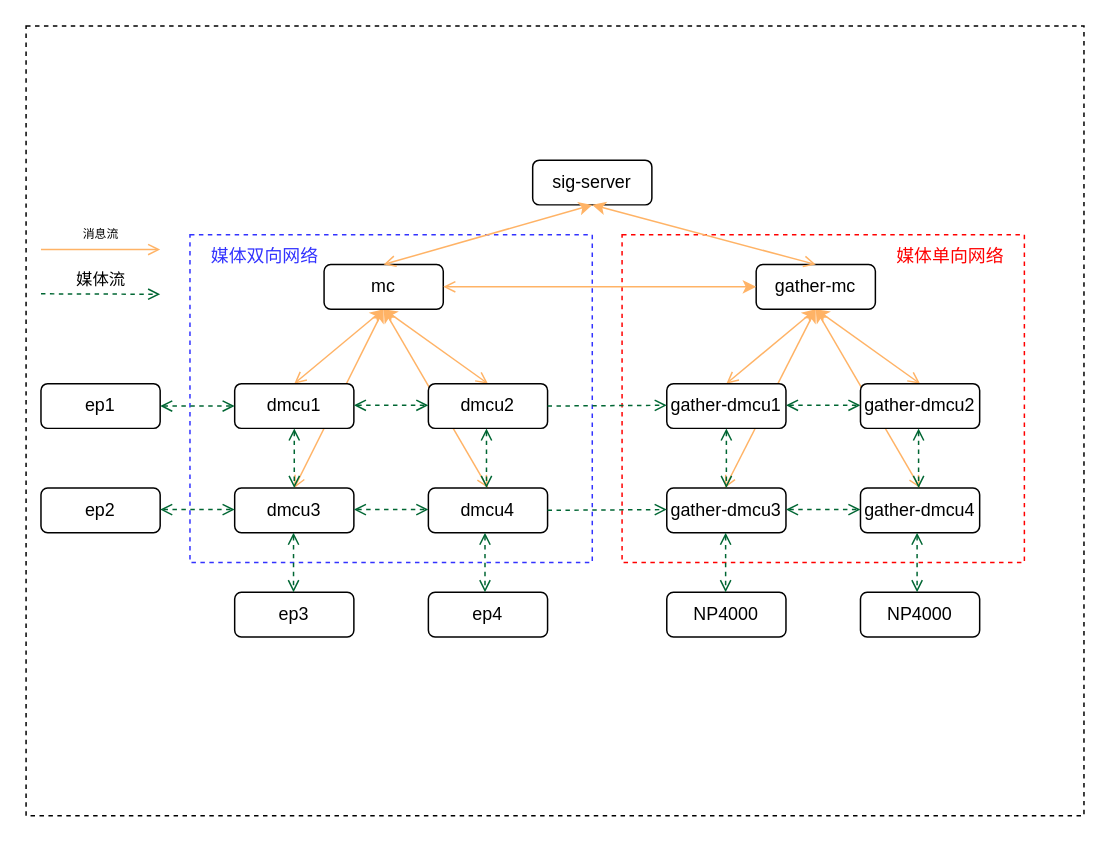
Earlier version of the draw.io diagram Untitled Diagram.drawio (Liaozengxiang/test). Source tidied: cells renumbered, new cells numbered last; positions are measured from the earlier drawing's top-left corner, leaving out a move shared by most shapes. Both pictures are drawn from the tidied source at 149%, with x=0, y=0 at pixel (25, 25).
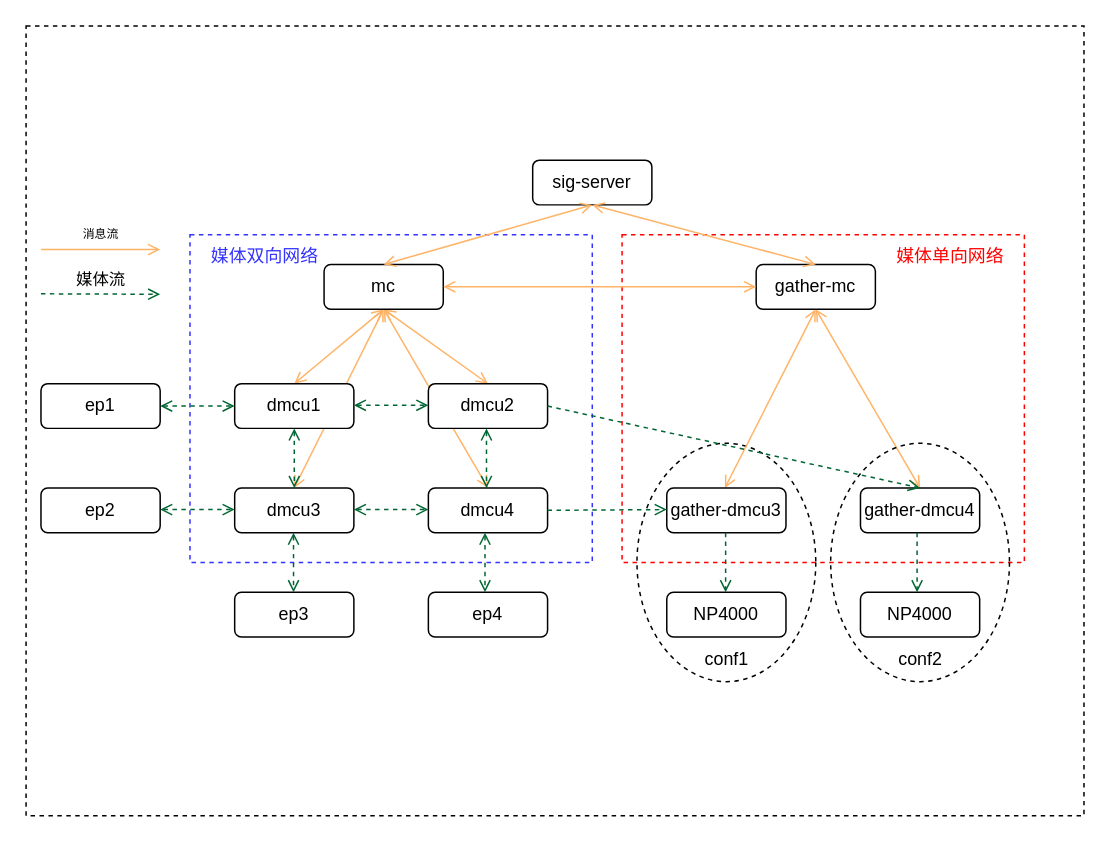
The same diagram, later.

The change refers to these unchanged cells:
```xml
<mxCell id="14" value="mc" style="rounded=1;whiteSpace=wrap;html=1;" parent="1" vertex="1">
  <mxGeometry x="200" y="160" width="80" height="30" as="geometry" />
</mxCell>
<mxCell id="16" value="dmcu2" style="rounded=1;whiteSpace=wrap;html=1;" parent="1" vertex="1">
  <mxGeometry x="270" y="240" width="80" height="30" as="geometry" />
</mxCell>
<mxCell id="31" value="gather-mc" style="rounded=1;whiteSpace=wrap;html=1;" parent="1" vertex="1">
  <mxGeometry x="490" y="160" width="80" height="30" as="geometry" />
</mxCell>
<mxCell id="34" value="gather-dmcu3" style="rounded=1;whiteSpace=wrap;html=1;" parent="1" vertex="1">
  <mxGeometry x="430" y="310" width="80" height="30" as="geometry" />
</mxCell>
<mxCell id="35" value="gather-dmcu4" style="rounded=1;whiteSpace=wrap;html=1;" parent="1" vertex="1">
  <mxGeometry x="560" y="310" width="80" height="30" as="geometry" />
</mxCell>
```

The edit, as a diff of the source:
```diff
@@
-    <mxCell id="4" style="endArrow=classic;html=1;rounded=0;strokeColor=#FFB366;startArrow=open;startFill=0;exitX=0.5;exitY=0;exitDx=0;exitDy=0;" parent="1" edge="1" source="32">
-      <mxGeometry relative="1" as="geometry">
-        <mxPoint x="530" y="190" as="targetPoint" />
-      </mxGeometry>
-    </mxCell>
+    <mxCell id="53" style="ellipse;whiteSpace=wrap;html=1;fillColor=none;dashed=1;" parent="1" vertex="1">
+      <mxGeometry x="410" y="280" width="120" height="160" as="geometry" />
+    </mxCell>
-    <mxCell id="5" style="endArrow=classic;html=1;rounded=0;strokeColor=#FFB366;startArrow=open;startFill=0;entryX=0.5;entryY=1;entryDx=0;entryDy=0;" parent="1" edge="1" target="31">
+    <mxCell id="5" style="endArrow=open;html=1;rounded=0;strokeColor=#FFB366;startArrow=open;startFill=0;entryX=0.5;entryY=1;entryDx=0;entryDy=0;endFill=0;" parent="1" edge="1" target="31">
       <mxGeometry relative="1" as="geometry">
         <mxPoint x="600" y="310" as="sourcePoint" />
       </mxGeometry>
     </mxCell>
-    <mxCell id="6" style="endArrow=classic;html=1;rounded=0;strokeColor=#FFB366;startArrow=open;startFill=0;entryX=0.5;entryY=1;entryDx=0;entryDy=0;" parent="1" edge="1" target="31">
-      <mxGeometry relative="1" as="geometry">
-        <mxPoint x="600" y="240" as="sourcePoint" />
-      </mxGeometry>
-    </mxCell>
-    <mxCell id="7" style="endArrow=classic;html=1;rounded=0;strokeColor=#FFB366;startArrow=open;startFill=0;" parent="1" edge="1">
+    <mxCell id="7" style="endArrow=open;html=1;rounded=0;strokeColor=#FFB366;startArrow=open;startFill=0;endFill=0;" parent="1" edge="1">
       <mxGeometry relative="1" as="geometry">
         <mxPoint x="469" y="310" as="sourcePoint" />
         <mxPoint x="530" y="190" as="targetPoint" />
       </mxGeometry>
     </mxCell>
@@
-    <mxCell id="9" style="endArrow=classic;html=1;rounded=0;strokeColor=#FFB366;startArrow=open;startFill=0;" parent="1" edge="1">
+    <mxCell id="9" style="endArrow=open;html=1;rounded=0;strokeColor=#FFB366;startArrow=open;startFill=0;endFill=0;" parent="1" edge="1">
       <mxGeometry relative="1" as="geometry">
         <mxPoint x="180" y="240" as="sourcePoint" />
         <mxPoint x="240" y="190" as="targetPoint" />
       </mxGeometry>
     </mxCell>
-    <mxCell id="10" style="endArrow=classic;html=1;rounded=0;strokeColor=#FFB366;startArrow=open;startFill=0;" parent="1" edge="1">
+    <mxCell id="10" style="endArrow=open;html=1;rounded=0;strokeColor=#FFB366;startArrow=open;startFill=0;endFill=0;" parent="1" edge="1">
       <mxGeometry relative="1" as="geometry">
         <mxPoint x="180" y="310" as="sourcePoint" />
         <mxPoint x="240" y="190" as="targetPoint" />
       </mxGeometry>
     </mxCell>
-    <mxCell id="11" style="endArrow=classic;html=1;rounded=0;strokeColor=#FFB366;startArrow=open;startFill=0;entryX=0.5;entryY=1;entryDx=0;entryDy=0;" parent="1" edge="1" target="14">
+    <mxCell id="11" style="endArrow=open;html=1;rounded=0;strokeColor=#FFB366;startArrow=open;startFill=0;entryX=0.5;entryY=1;entryDx=0;entryDy=0;endFill=0;" parent="1" edge="1" target="14">
       <mxGeometry relative="1" as="geometry">
         <mxPoint x="310" y="310" as="sourcePoint" />
       </mxGeometry>
     </mxCell>
-    <mxCell id="12" style="endArrow=classic;html=1;rounded=0;strokeColor=#FFB366;startArrow=open;startFill=0;exitX=0.5;exitY=0;exitDx=0;exitDy=0;entryX=0.5;entryY=1;entryDx=0;entryDy=0;" parent="1" edge="1" source="16" target="14">
+    <mxCell id="12" style="endArrow=open;html=1;rounded=0;strokeColor=#FFB366;startArrow=open;startFill=0;exitX=0.5;exitY=0;exitDx=0;exitDy=0;entryX=0.5;entryY=1;entryDx=0;entryDy=0;endFill=0;" parent="1" edge="1" source="16" target="14">
       <mxGeometry relative="1" as="geometry" />
     </mxCell>
@@
-    <mxCell id="32" value="gather-dmcu1" style="rounded=1;whiteSpace=wrap;html=1;" parent="1" vertex="1">
-      <mxGeometry x="430" y="240" width="80" height="30" as="geometry" />
-    </mxCell>
-    <mxCell id="33" value="gather-dmcu2" style="rounded=1;whiteSpace=wrap;html=1;" parent="1" vertex="1">
-      <mxGeometry x="560" y="240" width="80" height="30" as="geometry" />
-    </mxCell>
@@
-    <mxCell id="38" style="endArrow=open;startArrow=open;html=1;exitX=1;exitY=0.5;exitDx=0;exitDy=0;entryX=0;entryY=0.5;entryDx=0;entryDy=0;entryPerimeter=0;rounded=0;endFill=0;startFill=0;dashed=1;strokeColor=#006633;" parent="1" edge="1">
-      <mxGeometry relative="1" as="geometry">
-        <mxPoint x="510" y="254.5" as="sourcePoint" />
-        <mxPoint x="560" y="254.5" as="targetPoint" />
-      </mxGeometry>
-    </mxCell>
-    <mxCell id="39" style="endArrow=open;startArrow=open;html=1;exitX=1;exitY=0.5;exitDx=0;exitDy=0;entryX=0;entryY=0.5;entryDx=0;entryDy=0;entryPerimeter=0;rounded=0;endFill=0;startFill=0;dashed=1;strokeColor=#006633;" parent="1" edge="1">
-      <mxGeometry relative="1" as="geometry">
-        <mxPoint x="510" y="324.5" as="sourcePoint" />
-        <mxPoint x="560" y="324.5" as="targetPoint" />
-      </mxGeometry>
-    </mxCell>
-    <mxCell id="40" style="endArrow=open;startArrow=open;html=1;entryX=0.5;entryY=0;entryDx=0;entryDy=0;rounded=0;endFill=0;startFill=0;dashed=1;strokeColor=#006633;exitX=0.5;exitY=1;exitDx=0;exitDy=0;" parent="1" edge="1" source="32" target="34">
-      <mxGeometry relative="1" as="geometry" />
-    </mxCell>
-    <mxCell id="41" style="endArrow=open;startArrow=open;html=1;entryX=0.5;entryY=0;entryDx=0;entryDy=0;rounded=0;endFill=0;startFill=0;dashed=1;strokeColor=#006633;exitX=0.5;exitY=1;exitDx=0;exitDy=0;" parent="1" edge="1">
-      <mxGeometry relative="1" as="geometry">
-        <mxPoint x="599" y="270" as="sourcePoint" />
-        <mxPoint x="599" y="310" as="targetPoint" />
-      </mxGeometry>
-    </mxCell>
-    <mxCell id="42" style="endArrow=open;startArrow=open;html=1;entryX=0.5;entryY=0;entryDx=0;entryDy=0;rounded=0;endFill=0;startFill=0;dashed=1;strokeColor=#006633;exitX=0.5;exitY=1;exitDx=0;exitDy=0;" parent="1" edge="1">
+    <mxCell id="42" style="endArrow=open;startArrow=none;html=1;entryX=0.5;entryY=0;entryDx=0;entryDy=0;rounded=0;endFill=0;startFill=0;dashed=1;strokeColor=#006633;exitX=0.5;exitY=1;exitDx=0;exitDy=0;" parent="1" edge="1">
       <mxGeometry relative="1" as="geometry">
         <mxPoint x="469.5" y="340" as="sourcePoint" />
         <mxPoint x="469.5" y="380" as="targetPoint" />
       </mxGeometry>
     </mxCell>
-    <mxCell id="43" style="endArrow=open;startArrow=open;html=1;entryX=0.5;entryY=0;entryDx=0;entryDy=0;rounded=0;endFill=0;startFill=0;dashed=1;strokeColor=#006633;exitX=0.5;exitY=1;exitDx=0;exitDy=0;" parent="1" edge="1">
+    <mxCell id="43" style="endArrow=open;startArrow=none;html=1;entryX=0.5;entryY=0;entryDx=0;entryDy=0;rounded=0;endFill=0;startFill=0;dashed=1;strokeColor=#006633;exitX=0.5;exitY=1;exitDx=0;exitDy=0;" parent="1" edge="1">
       <mxGeometry relative="1" as="geometry">
         <mxPoint x="598" y="340" as="sourcePoint" />
         <mxPoint x="598" y="380" as="targetPoint" />
       </mxGeometry>
     </mxCell>
-    <mxCell id="44" style="endArrow=classic;html=1;rounded=0;strokeColor=#FFB366;startArrow=open;startFill=0;exitX=0.5;exitY=0;exitDx=0;exitDy=0;" parent="1" edge="1" source="14">
+    <mxCell id="44" style="endArrow=open;html=1;rounded=0;strokeColor=#FFB366;startArrow=open;startFill=0;exitX=0.5;exitY=0;exitDx=0;exitDy=0;endFill=0;" parent="1" edge="1" source="14">
       <mxGeometry relative="1" as="geometry">
         <mxPoint x="380" y="120" as="targetPoint" />
       </mxGeometry>
     </mxCell>
-    <mxCell id="45" style="endArrow=classic;html=1;rounded=0;strokeColor=#FFB366;startArrow=open;startFill=0;exitX=0.5;exitY=0;exitDx=0;exitDy=0;" parent="1" edge="1" source="31">
+    <mxCell id="45" style="endArrow=open;html=1;rounded=0;strokeColor=#FFB366;startArrow=open;startFill=0;exitX=0.5;exitY=0;exitDx=0;exitDy=0;endFill=0;" parent="1" edge="1" source="31">
       <mxGeometry relative="1" as="geometry">
         <mxPoint x="380" y="120" as="targetPoint" />
       </mxGeometry>
     </mxCell>
-    <mxCell id="46" style="endArrow=classic;html=1;rounded=0;strokeColor=#FFB366;startArrow=open;startFill=0;entryX=0;entryY=0.5;entryDx=0;entryDy=0;exitX=1;exitY=0.5;exitDx=0;exitDy=0;" parent="1" edge="1" source="14" target="31">
+    <mxCell id="46" style="endArrow=open;html=1;rounded=0;strokeColor=#FFB366;startArrow=open;startFill=0;entryX=0;entryY=0.5;entryDx=0;entryDy=0;exitX=1;exitY=0.5;exitDx=0;exitDy=0;endFill=0;" parent="1" edge="1" source="14" target="31">
       <mxGeometry relative="1" as="geometry" />
     </mxCell>
-    <mxCell id="47" style="endArrow=open;startArrow=none;html=1;exitX=1;exitY=0.5;exitDx=0;exitDy=0;entryX=0;entryY=0.5;entryDx=0;entryDy=0;entryPerimeter=0;rounded=0;endFill=0;startFill=0;dashed=1;strokeColor=#006633;" parent="1" edge="1" source="16">
-      <mxGeometry relative="1" as="geometry">
-        <mxPoint x="430" y="254.5" as="targetPoint" />
-      </mxGeometry>
+    <mxCell id="47" style="endArrow=open;startArrow=none;html=1;exitX=1;exitY=0.5;exitDx=0;exitDy=0;entryX=0.5;entryY=0;entryDx=0;entryDy=0;rounded=0;endFill=0;startFill=0;dashed=1;strokeColor=#006633;" parent="1" edge="1" source="16" target="35">
+      <mxGeometry relative="1" as="geometry" />
     </mxCell>
@@
+    <mxCell id="54" value="conf1" style="text;html=1;align=center;verticalAlign=middle;fillColor=none;strokeColor=none;rounded=0;dashed=1;" parent="1" vertex="1">
+      <mxGeometry x="445" y="410" width="50" height="30" as="geometry" />
+    </mxCell>
+    <mxCell id="55" style="ellipse;whiteSpace=wrap;html=1;fillColor=none;dashed=1;" parent="1" vertex="1">
+      <mxGeometry x="540" y="280" width="120" height="160" as="geometry" />
+    </mxCell>
+    <mxCell id="56" value="conf2" style="text;html=1;align=center;verticalAlign=middle;fillColor=none;strokeColor=none;rounded=0;dashed=1;" parent="1" vertex="1">
+      <mxGeometry x="575" y="410" width="50" height="30" as="geometry" />
+    </mxCell>
```
